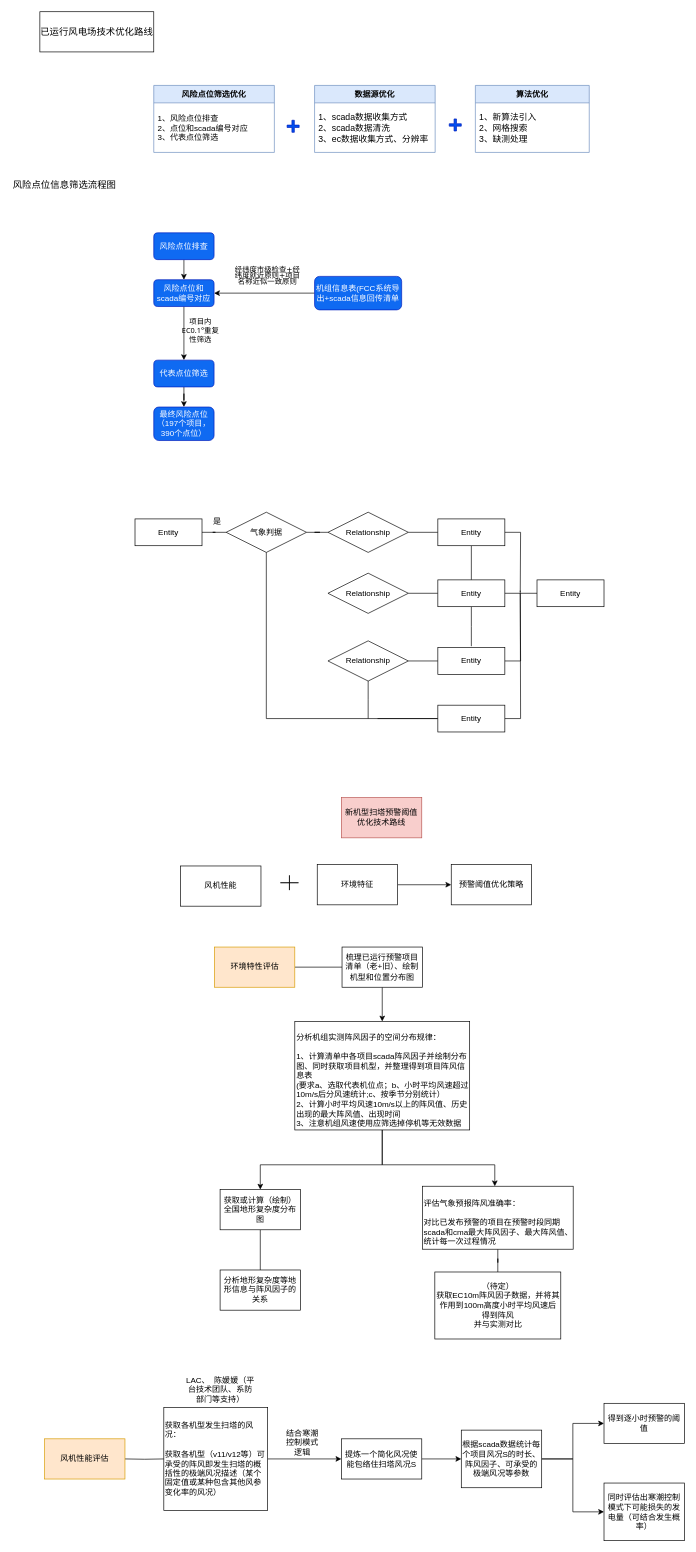
Before: a.drawio in dingying1990/drawio, a draw.io diagram. Source tidied: cells renumbered, new cells numbered last; positions are measured from the earlier drawing's top-left corner, leaving out a move shared by most shapes. Both pictures are drawn from the tidied source at 67%, with x=0, y=0 at pixel (11, 11).
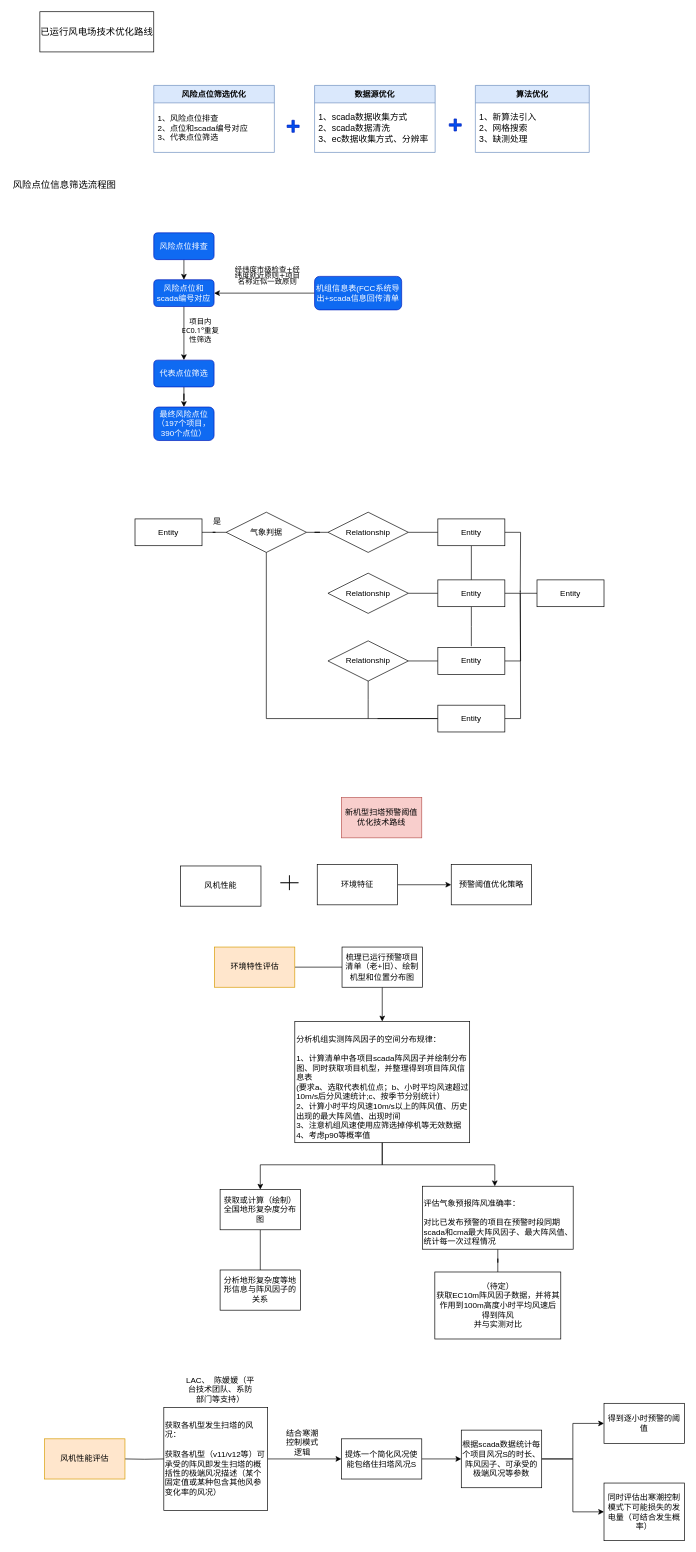
Above is the later version.

What changed in the source:
```diff
@@
-    <mxCell id="50" value="&lt;br&gt;分析机组实测阵风因子的空间分布规律：&lt;br&gt;&lt;br&gt;1、计算清单中各项目scada阵风因子并绘制分布图、同时获取项目机型，并整理得到项目阵风信息表&lt;br&gt;(要求a、选取代表机位点；b、小时平均风速超过10m/s后分风速统计;c、按季节分别统计）&lt;br&gt;2、计算小时平均风速10m/s以上的阵风值、历史出现的最大阵风值、出现时间&lt;br&gt;3、注意机组风速使用应筛选掉停机等无效数据" style="rounded=0;whiteSpace=wrap;html=1;align=left;" parent="1" vertex="1">
-      <mxGeometry x="422.5" y="1507" width="261" height="162" as="geometry" />
+    <mxCell id="50" value="&lt;br&gt;分析机组实测阵风因子的空间分布规律：&lt;br&gt;&lt;br&gt;1、计算清单中各项目scada阵风因子并绘制分布图、同时获取项目机型，并整理得到项目阵风信息表&lt;br&gt;(要求a、选取代表机位点；b、小时平均风速超过10m/s后分风速统计;c、按季节分别统计）&lt;br&gt;2、计算小时平均风速10m/s以上的阵风值、历史出现的最大阵风值、出现时间&lt;br&gt;3、注意机组风速使用应筛选掉停机等无效数据&lt;br&gt;4、考虑p90等概率值" style="rounded=0;whiteSpace=wrap;html=1;align=left;" parent="1" vertex="1">
+      <mxGeometry x="422.5" y="1507" width="261" height="181" as="geometry" />
     </mxCell>
```
